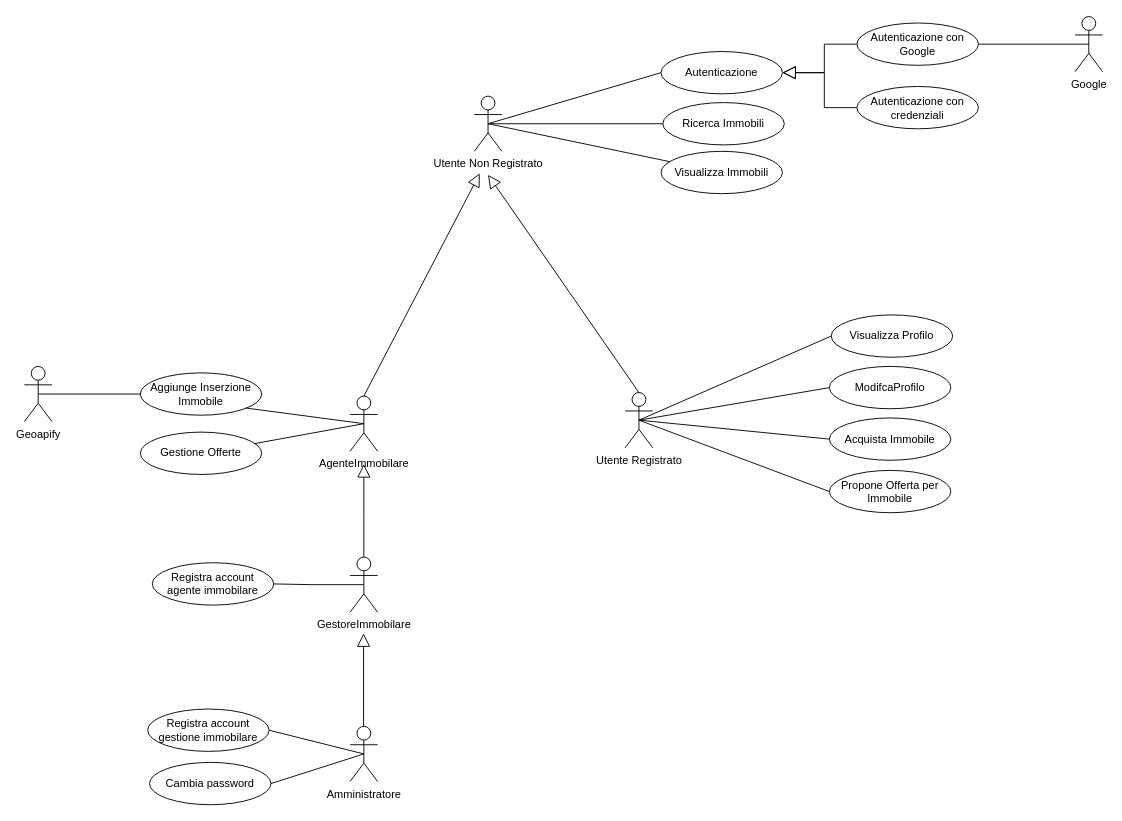
Before: documentazione/use-case.drawio in Lucalorenzo004/DietiEstates25, a draw.io diagram. Source tidied: cells renumbered, new cells numbered last; positions are measured from the earlier drawing's top-left corner, leaving out a move shared by most shapes. Both pictures are drawn from the tidied source at 92%, with x=0, y=0 at pixel (24, 16).
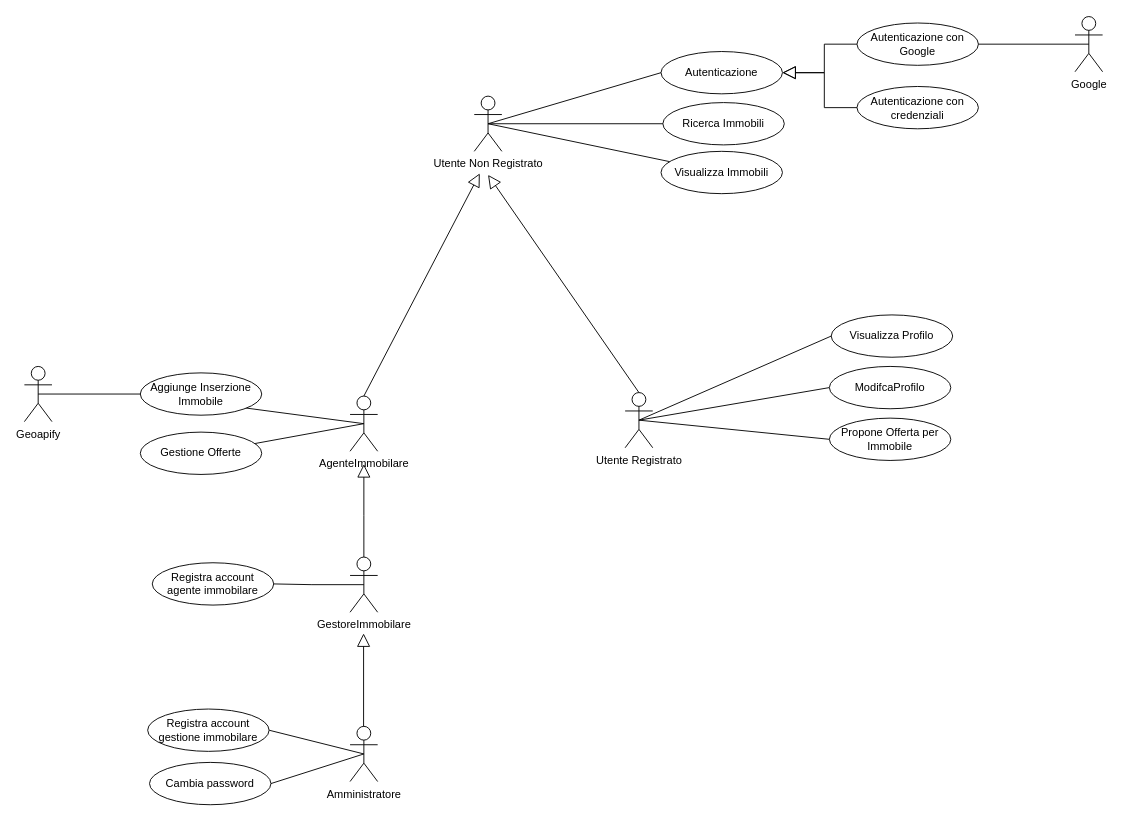
The same diagram, later.

Unchanged cells that the change refers to:
```xml
<mxCell id="10" value="Utente Registrato" style="shape=umlActor;verticalLabelPosition=bottom;verticalAlign=top;html=1;" parent="1" vertex="1">
  <mxGeometry x="653" y="409.2" width="30" height="60" as="geometry" />
</mxCell>
```

Diff of the diagram source:
```diff
@@
-    <mxCell id="6" style="shape=connector;rounded=0;jettySize=auto;html=1;exitX=0.5;exitY=0.5;exitDx=0;exitDy=0;exitPerimeter=0;entryX=0;entryY=0.5;entryDx=0;entryDy=0;labelBackgroundColor=default;strokeColor=default;align=center;verticalAlign=middle;fontFamily=Helvetica;fontSize=11;fontColor=default;endArrow=none;endFill=0;" parent="1" edge="1" source="10" target="23">
-      <mxGeometry relative="1" as="geometry" />
-    </mxCell>
@@
     <mxCell id="18" value="Propone Offerta per Immobile" style="ellipse;html=1;whiteSpace=wrap;" parent="1" vertex="1">
-      <mxGeometry x="875" y="493.8" width="132" height="46" as="geometry" />
+      <mxGeometry x="875" y="437" width="132" height="46" as="geometry" />
     </mxCell>
@@
-    <mxCell id="23" value="Acquista Immobile" style="ellipse;html=1;whiteSpace=wrap;" parent="1" vertex="1">
-      <mxGeometry x="875" y="436.8" width="132" height="46" as="geometry" />
-    </mxCell>
```
